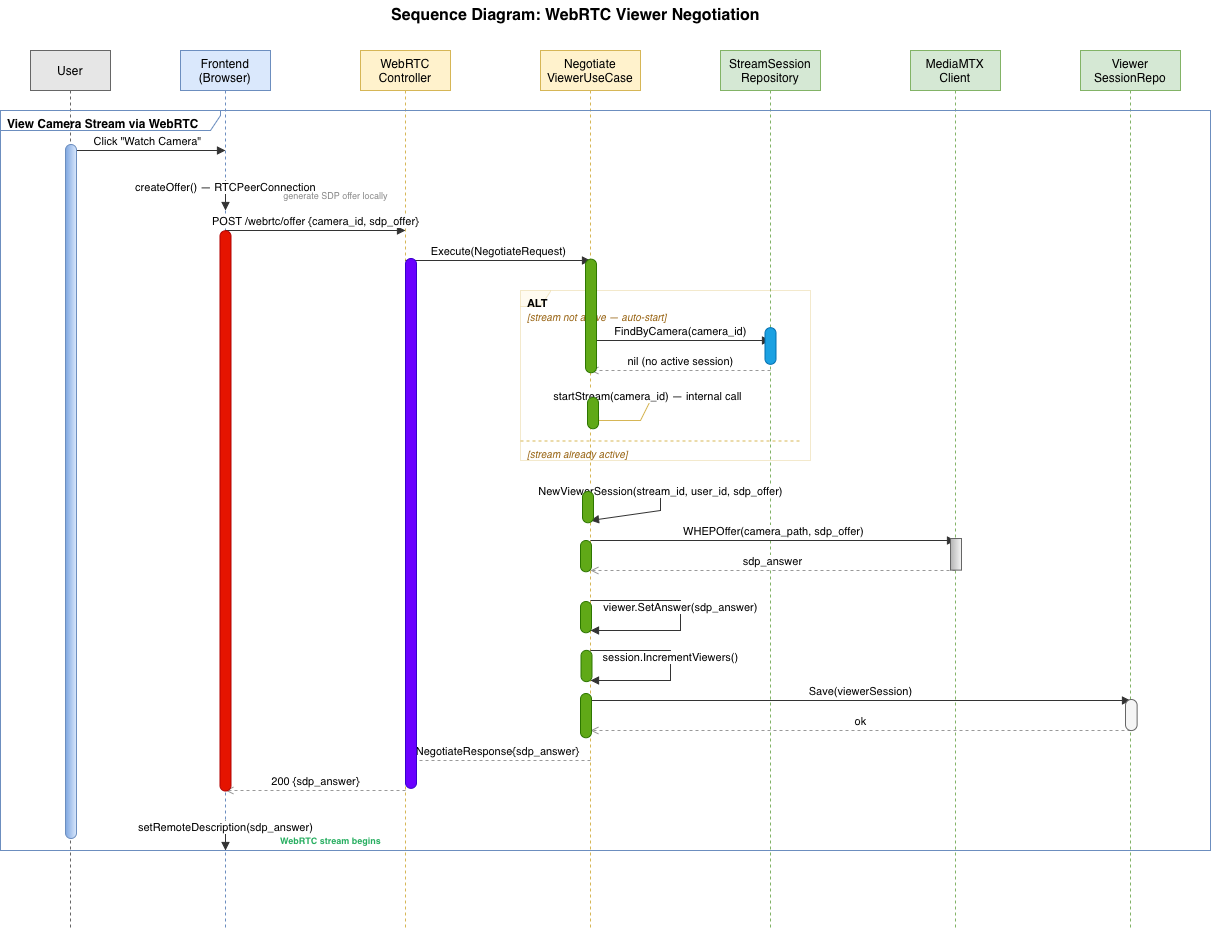
Above: diagram report images/sprint2/stream/WebRtcViewer.drawio.png in omarsoussi/VigileEyeReport (draw.io), before the change. Source tidied: cells renumbered, new cells last; positions are measured from the earlier drawing's top-left corner, leaving out a move shared by most shapes.
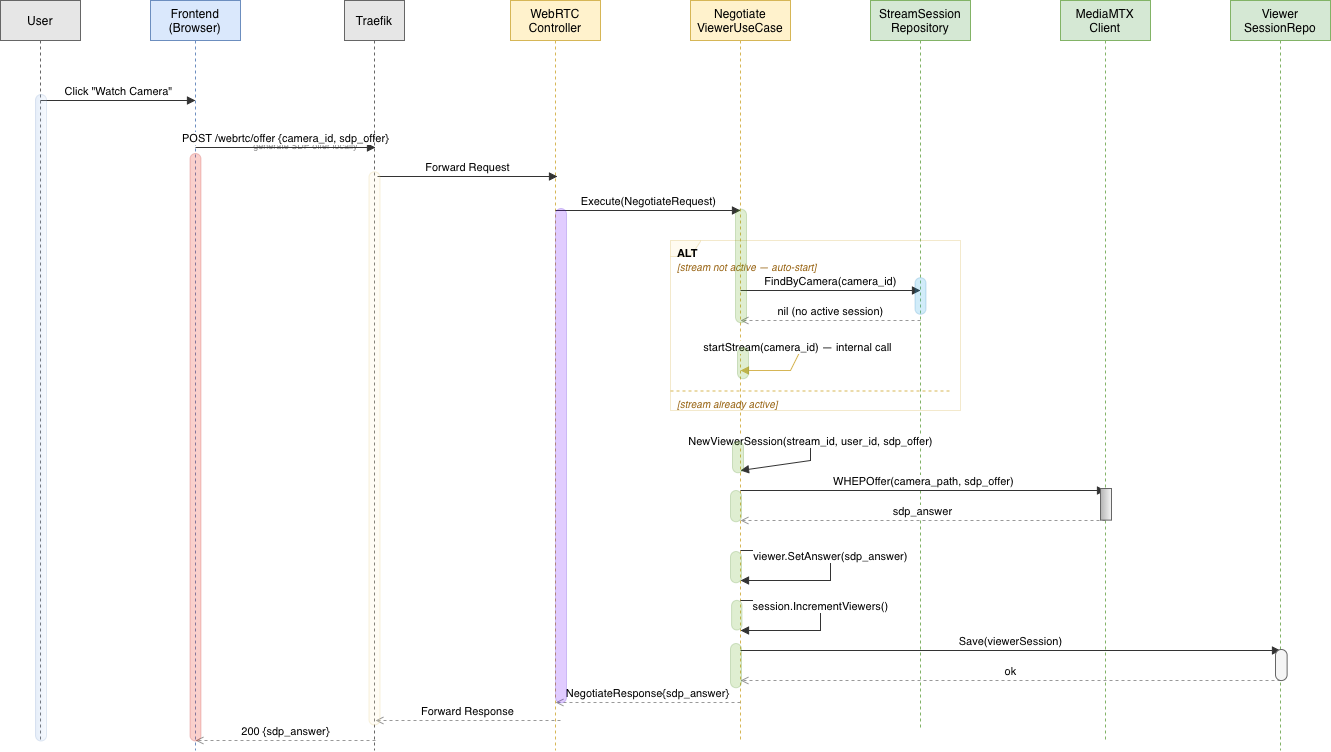
After the commit.

What changed in the source:
```diff
@@ -2,52 +2,40 @@
   <root>
     <mxCell id="0" />
     <mxCell id="1" parent="0" />
-    <mxCell id="2" value="Sequence Diagram: WebRTC Viewer Negotiation" style="text;html=1;align=center;verticalAlign=middle;strokeColor=none;fillColor=none;fontSize=16;fontStyle=1;" parent="1" vertex="1">
-      <mxGeometry x="646" width="410" height="30" as="geometry" />
-    </mxCell>
     <mxCell id="3" value="User" style="shape=umlLifeline;perimeter=lifelinePerimeter;whiteSpace=wrap;html=1;fillColor=#E6E6E6;strokeColor=#666666;size=40;" parent="1" vertex="1">
-      <mxGeometry x="306" y="50" width="80" height="880" as="geometry" />
+      <mxGeometry x="126" y="50" width="80" height="740" as="geometry" />
     </mxCell>
     <mxCell id="4" value="Frontend&#10;(Browser)" style="shape=umlLifeline;perimeter=lifelinePerimeter;whiteSpace=wrap;html=1;fillColor=#dae8fc;strokeColor=#6c8ebf;size=40;" parent="1" vertex="1">
-      <mxGeometry x="456" y="50" width="90" height="880" as="geometry" />
+      <mxGeometry x="276" y="50" width="90" height="750" as="geometry" />
     </mxCell>
     <mxCell id="5" value="WebRTC&#10;Controller" style="shape=umlLifeline;perimeter=lifelinePerimeter;whiteSpace=wrap;html=1;fillColor=#fff2cc;strokeColor=#d6b656;size=40;" parent="1" vertex="1">
-      <mxGeometry x="636" y="50" width="90" height="880" as="geometry" />
+      <mxGeometry x="636" y="50" width="90" height="750" as="geometry" />
     </mxCell>
     <mxCell id="6" value="Negotiate&#10;ViewerUseCase" style="shape=umlLifeline;perimeter=lifelinePerimeter;whiteSpace=wrap;html=1;fillColor=#fff2cc;strokeColor=#d6b656;size=40;" parent="1" vertex="1">
-      <mxGeometry x="816" y="50" width="100" height="880" as="geometry" />
+      <mxGeometry x="816" y="50" width="100" height="740" as="geometry" />
     </mxCell>
     <mxCell id="7" value="StreamSession&#10;Repository" style="shape=umlLifeline;perimeter=lifelinePerimeter;whiteSpace=wrap;html=1;fillColor=#d5e8d4;strokeColor=#82b366;size=40;" parent="1" vertex="1">
-      <mxGeometry x="996" y="50" width="100" height="880" as="geometry" />
+      <mxGeometry x="996" y="50" width="100" height="730" as="geometry" />
     </mxCell>
     <mxCell id="8" value="MediaMTX&#10;Client" style="shape=umlLifeline;perimeter=lifelinePerimeter;whiteSpace=wrap;html=1;fillColor=#d5e8d4;strokeColor=#82b366;size=40;" parent="1" vertex="1">
-      <mxGeometry x="1186" y="50" width="90" height="880" as="geometry" />
+      <mxGeometry x="1186" y="50" width="90" height="740" as="geometry" />
     </mxCell>
     <mxCell id="9" value="Viewer&#10;SessionRepo" style="shape=umlLifeline;perimeter=lifelinePerimeter;whiteSpace=wrap;html=1;fillColor=#d5e8d4;strokeColor=#82b366;size=40;" parent="1" vertex="1">
-      <mxGeometry x="1356" y="50" width="100" height="880" as="geometry" />
+      <mxGeometry x="1356" y="50" width="100" height="750" as="geometry" />
     </mxCell>
-    <mxCell id="10" value="View Camera Stream via WebRTC" style="shape=umlFrame;whiteSpace=wrap;html=1;width=220;height=20;boundedLbl=1;verticalAlign=top;align=left;spacingLeft=5;fillColor=none;strokeColor=#6c8ebf;fontSize=12;fontStyle=1;" parent="1" vertex="1">
-      <mxGeometry x="276" y="110" width="1210" height="740" as="geometry" />
-    </mxCell>
     <mxCell id="11" value="Click &quot;Watch Camera&quot;" style="html=1;verticalAlign=bottom;endArrow=block;rounded=0;strokeColor=#333333;" parent="1" edge="1">
       <mxGeometry relative="1" as="geometry">
-        <mxPoint x="346" y="150" as="sourcePoint" />
-        <mxPoint x="501" y="150" as="targetPoint" />
+        <mxPoint x="166" y="150" as="sourcePoint" />
+        <mxPoint x="321" y="150" as="targetPoint" />
       </mxGeometry>
     </mxCell>
-    <mxCell id="12" value="createOffer() — RTCPeerConnection" style="html=1;verticalAlign=bottom;endArrow=block;rounded=0;strokeColor=#333333;" parent="1" edge="1">
-      <mxGeometry relative="1" as="geometry">
-        <mxPoint x="501" y="180" as="sourcePoint" />
-        <mxPoint x="501" y="210" as="targetPoint" />
-      </mxGeometry>
-    </mxCell>
     <mxCell id="13" value="generate SDP offer locally" style="text;html=1;align=center;verticalAlign=middle;strokeColor=none;fillColor=none;fontSize=9;fontColor=#888888;" parent="1" vertex="1">
-      <mxGeometry x="541" y="185" width="140" height="20" as="geometry" />
+      <mxGeometry x="361" y="185" width="140" height="20" as="geometry" />
     </mxCell>
     <mxCell id="14" value="POST /webrtc/offer {camera_id, sdp_offer}" style="html=1;verticalAlign=bottom;endArrow=block;rounded=0;strokeColor=#333333;" parent="1" edge="1">
       <mxGeometry relative="1" as="geometry">
-        <mxPoint x="501" y="230" as="sourcePoint" />
-        <mxPoint x="681" y="230" as="targetPoint" />
+        <mxPoint x="321" y="197" as="sourcePoint" />
+        <mxPoint x="501" y="197" as="targetPoint" />
       </mxGeometry>
     </mxCell>
     <mxCell id="15" value="Execute(NegotiateRequest)" style="html=1;verticalAlign=bottom;endArrow=block;rounded=0;strokeColor=#333333;" parent="1" edge="1">
@@ -146,56 +134,47 @@
     </mxCell>
     <mxCell id="30" value="NegotiateResponse{sdp_answer}" style="html=1;verticalAlign=bottom;endArrow=open;dashed=1;rounded=0;strokeColor=#999999;" parent="1" edge="1">
       <mxGeometry relative="1" as="geometry">
-        <mxPoint x="866" y="760" as="sourcePoint" />
-        <mxPoint x="681" y="760" as="targetPoint" />
+        <mxPoint x="866" y="752" as="sourcePoint" />
+        <mxPoint x="681" y="752" as="targetPoint" />
       </mxGeometry>
     </mxCell>
     <mxCell id="31" value="200 {sdp_answer}" style="html=1;verticalAlign=bottom;endArrow=open;dashed=1;rounded=0;strokeColor=#999999;" parent="1" edge="1">
       <mxGeometry relative="1" as="geometry">
-        <mxPoint x="681" y="790" as="sourcePoint" />
-        <mxPoint x="501" y="790" as="targetPoint" />
+        <mxPoint x="501" y="790" as="sourcePoint" />
+        <mxPoint x="321" y="790" as="targetPoint" />
       </mxGeometry>
     </mxCell>
-    <mxCell id="32" value="setRemoteDescription(sdp_answer)" style="html=1;verticalAlign=bottom;endArrow=block;rounded=0;strokeColor=#333333;" parent="1" edge="1">
-      <mxGeometry relative="1" as="geometry">
-        <mxPoint x="501" y="820" as="sourcePoint" />
-        <mxPoint x="501" y="850" as="targetPoint" />
-      </mxGeometry>
-    </mxCell>
-    <mxCell id="33" value="WebRTC stream begins" style="text;html=1;align=center;verticalAlign=middle;strokeColor=none;fillColor=none;fontSize=9;fontColor=#27ae60;fontStyle=1;" parent="1" vertex="1">
-      <mxGeometry x="541" y="830" width="130" height="20" as="geometry" />
-    </mxCell>
-    <mxCell id="34" style="rounded=1;whiteSpace=wrap;html=1;rotation=90;arcSize=50;fillColor=#dae8fc;strokeColor=light-dark(#6C8EBF,#A39B34);gradientColor=light-dark(#7EA6E0,#FFFF66);" parent="1" vertex="1">
-      <mxGeometry x="-0.5" y="485.5" width="694" height="11" as="geometry" />
+    <mxCell id="34" style="rounded=1;whiteSpace=wrap;html=1;rotation=90;arcSize=50;fillColor=#dae8fc;strokeColor=light-dark(#6C8EBF,#A39B34);gradientColor=light-dark(#7EA6E0,#FFFF66);opacity=20;" parent="1" vertex="1">
+      <mxGeometry x="-156.8" y="461.8" width="646.5" height="11" as="geometry" />
     </mxCell>
-    <mxCell id="35" style="rounded=1;whiteSpace=wrap;html=1;rotation=90;arcSize=50;fillColor=#e51400;fontColor=#ffffff;strokeColor=#B20000;" parent="1" vertex="1">
-      <mxGeometry x="220.9" y="504.9" width="560.2" height="11" as="geometry" />
+    <mxCell id="35" style="rounded=1;whiteSpace=wrap;html=1;rotation=90;arcSize=50;fillColor=#e51400;fontColor=#ffffff;strokeColor=#B20000;opacity=20;" parent="1" vertex="1">
+      <mxGeometry x="27.2" y="491.2" width="587.5" height="11" as="geometry" />
     </mxCell>
-    <mxCell id="36" style="rounded=1;whiteSpace=wrap;html=1;rotation=90;arcSize=50;fillColor=#6a00ff;fontColor=#ffffff;strokeColor=#3700CC;" parent="1" vertex="1">
-      <mxGeometry x="421.6" y="517.4" width="529.9" height="11" as="geometry" />
+    <mxCell id="36" style="rounded=1;whiteSpace=wrap;html=1;rotation=90;arcSize=50;fillColor=#6a00ff;fontColor=#ffffff;strokeColor=#3700CC;opacity=20;" parent="1" vertex="1">
+      <mxGeometry x="439.3" y="499.7" width="494.4" height="11" as="geometry" />
     </mxCell>
-    <mxCell id="37" style="rounded=1;whiteSpace=wrap;html=1;rotation=90;arcSize=50;fillColor=#60a917;fontColor=#ffffff;strokeColor=#2D7600;" parent="1" vertex="1">
+    <mxCell id="37" style="rounded=1;whiteSpace=wrap;html=1;rotation=90;arcSize=50;fillColor=#60a917;fontColor=#ffffff;strokeColor=#2D7600;opacity=20;" parent="1" vertex="1">
       <mxGeometry x="839.4" y="709.6" width="44.3" height="11" as="geometry" />
     </mxCell>
-    <mxCell id="38" style="rounded=1;whiteSpace=wrap;html=1;rotation=90;arcSize=50;fillColor=#60a917;fontColor=#ffffff;strokeColor=#2D7600;" parent="1" vertex="1">
-      <mxGeometry x="846.4" y="660" width="31.3" height="11" as="geometry" />
+    <mxCell id="38" style="rounded=1;whiteSpace=wrap;html=1;rotation=90;arcSize=50;fillColor=#60a917;fontColor=#ffffff;strokeColor=#2D7600;opacity=20;" parent="1" vertex="1">
+      <mxGeometry x="847.5" y="659.5" width="29.6" height="10.4" as="geometry" />
     </mxCell>
-    <mxCell id="39" style="rounded=1;whiteSpace=wrap;html=1;rotation=90;arcSize=50;fillColor=#60a917;fontColor=#ffffff;strokeColor=#2D7600;" parent="1" vertex="1">
+    <mxCell id="39" style="rounded=1;whiteSpace=wrap;html=1;rotation=90;arcSize=50;fillColor=#60a917;fontColor=#ffffff;strokeColor=#2D7600;opacity=20;" parent="1" vertex="1">
       <mxGeometry x="845.9" y="611.1" width="31.3" height="11" as="geometry" />
     </mxCell>
-    <mxCell id="40" style="rounded=1;whiteSpace=wrap;html=1;rotation=90;arcSize=50;fillColor=#60a917;fontColor=#ffffff;strokeColor=#2D7600;" parent="1" vertex="1">
+    <mxCell id="40" style="rounded=1;whiteSpace=wrap;html=1;rotation=90;arcSize=50;fillColor=#60a917;fontColor=#ffffff;strokeColor=#2D7600;opacity=20;" parent="1" vertex="1">
       <mxGeometry x="845.9" y="550.1" width="31.3" height="11" as="geometry" />
     </mxCell>
-    <mxCell id="41" style="rounded=1;whiteSpace=wrap;html=1;rotation=90;arcSize=50;fillColor=#60a917;fontColor=#ffffff;strokeColor=#2D7600;" parent="1" vertex="1">
+    <mxCell id="41" style="rounded=1;whiteSpace=wrap;html=1;rotation=90;arcSize=50;fillColor=#60a917;fontColor=#ffffff;strokeColor=#2D7600;opacity=20;" parent="1" vertex="1">
       <mxGeometry x="847.9" y="501.1" width="31.3" height="11" as="geometry" />
     </mxCell>
-    <mxCell id="42" style="rounded=1;whiteSpace=wrap;html=1;rotation=90;arcSize=50;fillColor=#60a917;fontColor=#ffffff;strokeColor=#2D7600;" parent="1" vertex="1">
+    <mxCell id="42" style="rounded=1;whiteSpace=wrap;html=1;rotation=90;arcSize=50;fillColor=#60a917;fontColor=#ffffff;strokeColor=#2D7600;opacity=20;" parent="1" vertex="1">
       <mxGeometry x="852.9" y="407.1" width="31.3" height="11" as="geometry" />
     </mxCell>
-    <mxCell id="43" style="rounded=1;whiteSpace=wrap;html=1;rotation=90;arcSize=50;fillColor=#60a917;fontColor=#ffffff;strokeColor=#2D7600;" parent="1" vertex="1">
+    <mxCell id="43" style="rounded=1;whiteSpace=wrap;html=1;rotation=90;arcSize=50;fillColor=#60a917;fontColor=#ffffff;strokeColor=#2D7600;opacity=20;" parent="1" vertex="1">
       <mxGeometry x="809.7" y="310" width="113.6" height="11" as="geometry" />
     </mxCell>
-    <mxCell id="44" style="rounded=1;whiteSpace=wrap;html=1;rotation=90;arcSize=50;fillColor=#1ba1e2;fontColor=#ffffff;strokeColor=#006EAF;" parent="1" vertex="1">
+    <mxCell id="44" style="rounded=1;whiteSpace=wrap;html=1;rotation=90;arcSize=50;fillColor=#1ba1e2;fontColor=#ffffff;strokeColor=#006EAF;opacity=20;" parent="1" vertex="1">
       <mxGeometry x="1027.7" y="340" width="36.6" height="11" as="geometry" />
     </mxCell>
     <mxCell id="45" style="rounded=1;whiteSpace=wrap;html=1;rotation=90;arcSize=0;fillColor=#f5f5f5;strokeColor=#666666;gradientColor=#b3b3b3;" parent="1" vertex="1">
@@ -204,5 +183,23 @@
     <mxCell id="46" style="rounded=1;whiteSpace=wrap;html=1;rotation=90;arcSize=50;fillColor=light-dark(#F5F5F5,#FF9933);strokeColor=light-dark(#666666,#FFB366);gradientColor=none;" parent="1" vertex="1">
       <mxGeometry x="1391.3" y="708.7" width="31.1" height="11.6" as="geometry" />
     </mxCell>
+    <mxCell id="47" value="Traefik" style="shape=umlLifeline;perimeter=lifelinePerimeter;whiteSpace=wrap;html=1;size=40;fillColor=#E6E6E6;strokeColor=#666666;" parent="1" vertex="1">
+      <mxGeometry x="470" y="50" width="60" height="750" as="geometry" />
+    </mxCell>
+    <mxCell id="48" value="Forward Request" style="html=1;verticalAlign=bottom;endArrow=block;rounded=0;strokeColor=#333333;" parent="1" edge="1">
+      <mxGeometry relative="1" as="geometry">
+        <mxPoint x="503" y="226" as="sourcePoint" />
+        <mxPoint x="683" y="226" as="targetPoint" />
+      </mxGeometry>
+    </mxCell>
+    <mxCell id="49" value="Forward Response" style="html=1;verticalAlign=bottom;endArrow=open;dashed=1;rounded=0;strokeColor=#999999;" parent="1" edge="1">
+      <mxGeometry relative="1" as="geometry">
+        <mxPoint x="686" y="770" as="sourcePoint" />
+        <mxPoint x="501" y="770" as="targetPoint" />
+      </mxGeometry>
+    </mxCell>
+    <mxCell id="50" style="rounded=1;whiteSpace=wrap;html=1;rotation=90;arcSize=50;fillColor=#fff2cc;strokeColor=#d6b656;opacity=20;" parent="1" vertex="1">
+      <mxGeometry x="223.4" y="492.4" width="553.2" height="11" as="geometry" />
+    </mxCell>
   </root>
 </mxGraphModel>
```
